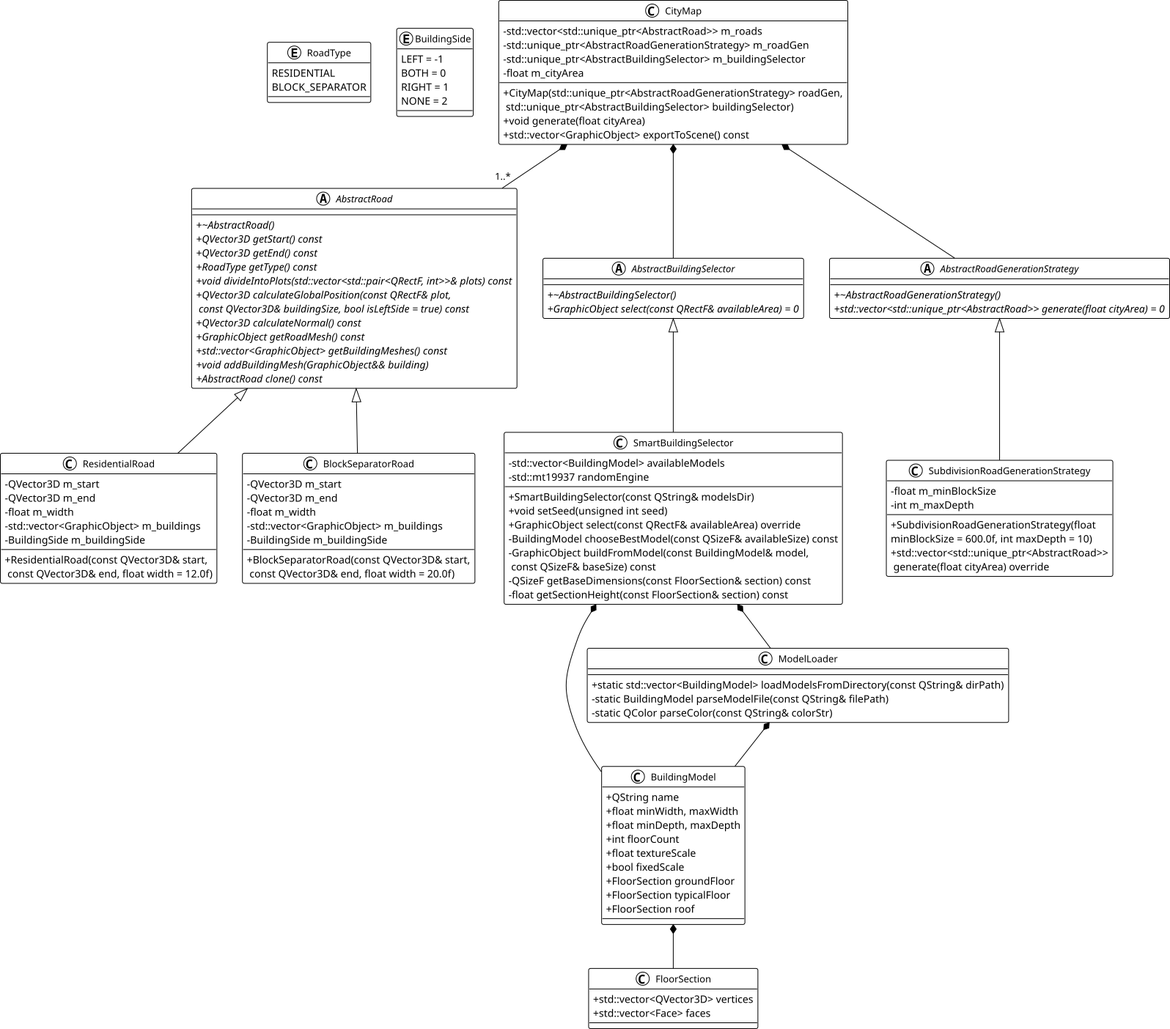
Before: report/preza/CityClassDiagram.png, a diagram exported from PlantUML (Mikhanick/courseCG). Its source is kept beside it as report/src/images/plantuml/CityClassDiagram.plantuml. Source of this version:
```plantuml
@startuml
!theme plain
skinparam classFontSize 13
skinparam classAttributeIconSize 0

enum RoadType {
    RESIDENTIAL
    BLOCK_SEPARATOR
}

enum BuildingSide {
    LEFT = -1
    BOTH = 0
    RIGHT = 1
    NONE = 2
}

abstract class AbstractRoad {
    +{abstract} ~AbstractRoad()
    +{abstract} QVector3D getStart() const
    +{abstract} QVector3D getEnd() const
    +{abstract} RoadType getType() const
    +{abstract} void divideIntoPlots(std::vector<std::pair<QRectF, int>>& plots) const
    +{abstract} QVector3D calculateGlobalPosition(const QRectF& plot, \n const QVector3D& buildingSize, bool isLeftSide = true) const
    +{abstract} QVector3D calculateNormal() const
    +{abstract} GraphicObject getRoadMesh() const
    +{abstract} std::vector<GraphicObject> getBuildingMeshes() const
    +{abstract} void addBuildingMesh(GraphicObject&& building)
    +{abstract} AbstractRoad clone() const
}

Abstract AbstractBuildingSelector {
    +{abstract} ~AbstractBuildingSelector()
    +{abstract} GraphicObject select(const QRectF& availableArea) = 0
}

Abstract AbstractRoadGenerationStrategy {
    +{abstract} ~AbstractRoadGenerationStrategy()
    +{abstract} std::vector<std::unique_ptr<AbstractRoad>> generate(float cityArea) = 0
}

class ResidentialRoad {
    -QVector3D m_start
    -QVector3D m_end
    -float m_width
    -std::vector<GraphicObject> m_buildings
    -BuildingSide m_buildingSide
    +ResidentialRoad(const QVector3D& start,\n const QVector3D& end, float width = 12.0f)
}

class BlockSeparatorRoad {
    -QVector3D m_start
    -QVector3D m_end
    -float m_width
    -std::vector<GraphicObject> m_buildings
    -BuildingSide m_buildingSide
    +BlockSeparatorRoad(const QVector3D& start,\n const QVector3D& end, float width = 20.0f)
}


class SmartBuildingSelector {
    -std::vector<BuildingModel> availableModels
    -std::mt19937 randomEngine
    +SmartBuildingSelector(const QString& modelsDir)
    +void setSeed(unsigned int seed)
    +GraphicObject select(const QRectF& availableArea) override
    -BuildingModel chooseBestModel(const QSizeF& availableSize) const
    -GraphicObject buildFromModel(const BuildingModel& model,\n const QSizeF& baseSize) const
    -QSizeF getBaseDimensions(const FloorSection& section) const
    -float getSectionHeight(const FloorSection& section) const
}


class SubdivisionRoadGenerationStrategy {
    -float m_minBlockSize
    -int m_maxDepth
    +SubdivisionRoadGenerationStrategy(float \nminBlockSize = 600.0f, int maxDepth = 10)
    +std::vector<std::unique_ptr<AbstractRoad>>\n generate(float cityArea) override
}

class CityMap {
    -std::vector<std::unique_ptr<AbstractRoad>> m_roads
    -std::unique_ptr<AbstractRoadGenerationStrategy> m_roadGen
    -std::unique_ptr<AbstractBuildingSelector> m_buildingSelector
    -float m_cityArea
    +CityMap(std::unique_ptr<AbstractRoadGenerationStrategy> roadGen,\n std::unique_ptr<AbstractBuildingSelector> buildingSelector)
    +void generate(float cityArea)
    +std::vector<GraphicObject> exportToScene() const
}

class BuildingModel {
    +QString name
    +float minWidth, maxWidth
    +float minDepth, maxDepth
    +int floorCount
    +float textureScale
    +bool fixedScale
    +FloorSection groundFloor
    +FloorSection typicalFloor
    +FloorSection roof
}

class FloorSection {
    +std::vector<QVector3D> vertices
    +std::vector<Face> faces
}

class ModelLoader {
    +static std::vector<BuildingModel> loadModelsFromDirectory(const QString& dirPath)
    -static BuildingModel parseModelFile(const QString& filePath)
    -static QColor parseColor(const QString& colorStr)
}

AbstractRoad <|-- ResidentialRoad
AbstractRoad <|-- BlockSeparatorRoad
AbstractBuildingSelector <|-- SmartBuildingSelector
AbstractRoadGenerationStrategy <|-- SubdivisionRoadGenerationStrategy

CityMap *-- AbstractRoadGenerationStrategy
CityMap *-- AbstractBuildingSelector
CityMap *-- "1..*" AbstractRoad

SmartBuildingSelector *-- ModelLoader
SmartBuildingSelector *-- BuildingModel
ModelLoader *-- BuildingModel

BuildingModel *-- FloorSection

@enduml
```
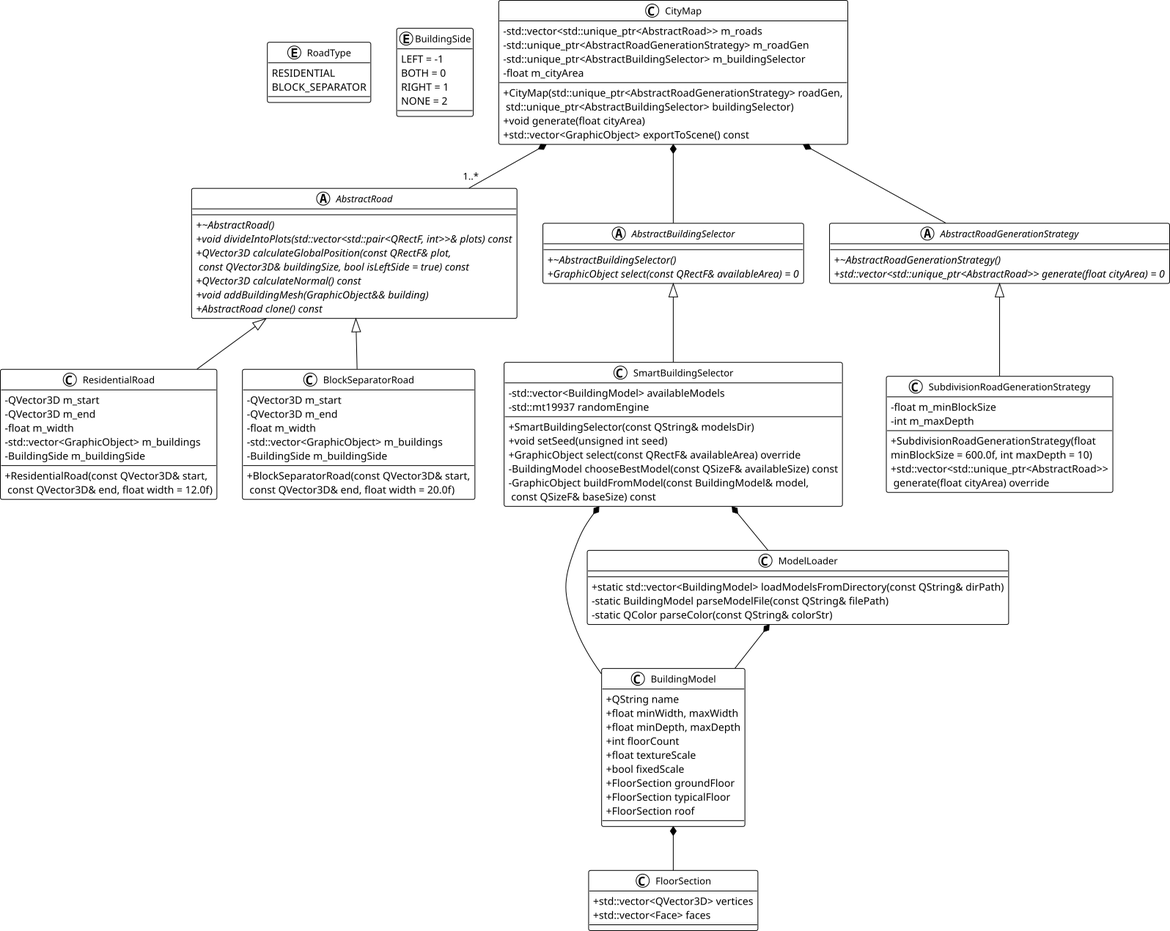
After the change.

Change to the diagram source:
```diff
@@ -17,14 +17,9 @@
 
 abstract class AbstractRoad {
     +{abstract} ~AbstractRoad()
-    +{abstract} QVector3D getStart() const
-    +{abstract} QVector3D getEnd() const
-    +{abstract} RoadType getType() const
     +{abstract} void divideIntoPlots(std::vector<std::pair<QRectF, int>>& plots) const
     +{abstract} QVector3D calculateGlobalPosition(const QRectF& plot, \n const QVector3D& buildingSize, bool isLeftSide = true) const
     +{abstract} QVector3D calculateNormal() const
-    +{abstract} GraphicObject getRoadMesh() const
-    +{abstract} std::vector<GraphicObject> getBuildingMeshes() const
     +{abstract} void addBuildingMesh(GraphicObject&& building)
     +{abstract} AbstractRoad clone() const
 }
@@ -66,8 +61,6 @@
     +GraphicObject select(const QRectF& availableArea) override
     -BuildingModel chooseBestModel(const QSizeF& availableSize) const
     -GraphicObject buildFromModel(const BuildingModel& model,\n const QSizeF& baseSize) const
-    -QSizeF getBaseDimensions(const FloorSection& section) const
-    -float getSectionHeight(const FloorSection& section) const
 }
 
 
```
